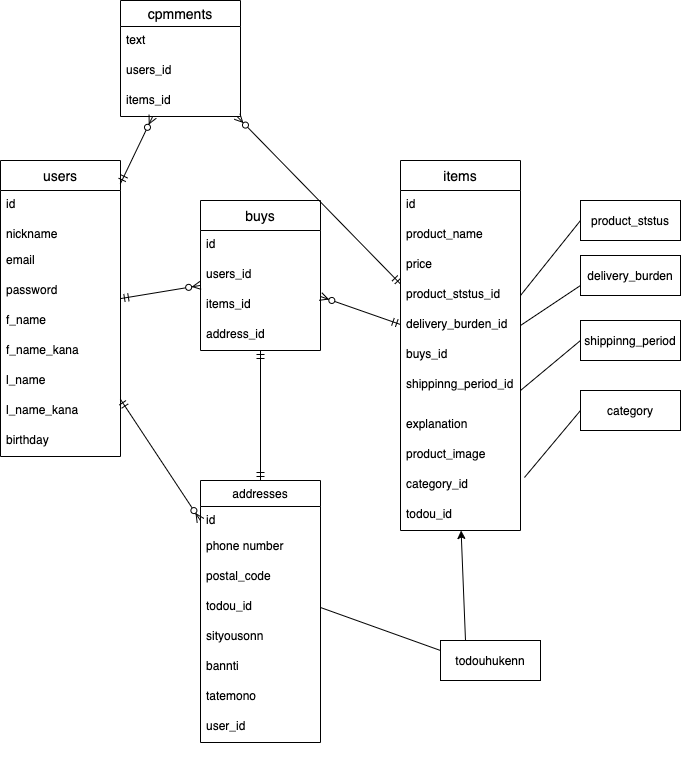
Ta-hiro/furima-31152 keeps this draw.io diagram as app/views/items/furima.drawio.png. Above is the earlier version. Source tidied: cells renumbered, new cells last; positions are measured from the earlier drawing's top-left corner, leaving out a move shared by most shapes.
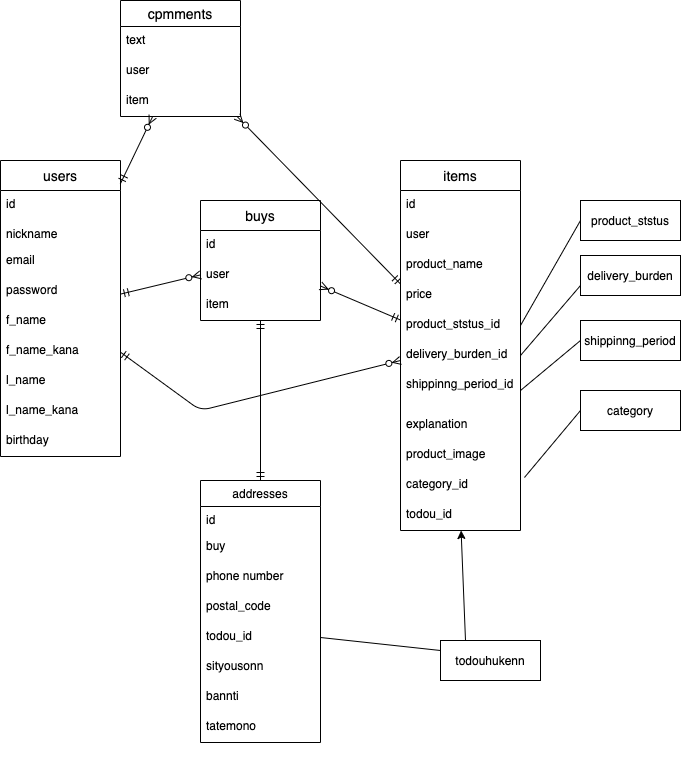
Later version of the same file.

Commit message:
phone_numberの型変更

Change to the diagram source:
```diff
@@ -38,10 +38,10 @@
     <mxCell id="13" value="text" style="text;strokeColor=none;fillColor=none;spacingLeft=4;spacingRight=4;overflow=hidden;fontSize=12;" parent="12" vertex="1">
       <mxGeometry y="26" width="120" height="30" as="geometry" />
     </mxCell>
-    <mxCell id="14" value="users_id" style="text;strokeColor=none;fillColor=none;spacingLeft=4;spacingRight=4;overflow=hidden;fontSize=12;" parent="12" vertex="1">
+    <mxCell id="14" value="user" style="text;strokeColor=none;fillColor=none;spacingLeft=4;spacingRight=4;overflow=hidden;fontSize=12;" parent="12" vertex="1">
       <mxGeometry y="56" width="120" height="30" as="geometry" />
     </mxCell>
-    <mxCell id="15" value="items_id" style="text;strokeColor=none;fillColor=none;spacingLeft=4;spacingRight=4;overflow=hidden;fontSize=12;" parent="12" vertex="1">
+    <mxCell id="15" value="item" style="text;strokeColor=none;fillColor=none;spacingLeft=4;spacingRight=4;overflow=hidden;fontSize=12;" parent="12" vertex="1">
       <mxGeometry y="86" width="120" height="30" as="geometry" />
     </mxCell>
     <mxCell id="16" style="edgeStyle=none;rounded=0;orthogonalLoop=1;jettySize=auto;html=1;exitX=0.5;exitY=1;exitDx=0;exitDy=0;" parent="1" edge="1">
@@ -84,41 +84,38 @@
       <mxGeometry relative="1" as="geometry" />
     </mxCell>
     <mxCell id="28" value="buys" style="swimlane;fontStyle=0;horizontal=1;startSize=30;align=center;fontSize=14;" parent="1" vertex="1">
-      <mxGeometry x="200" y="200" width="120" height="150" as="geometry" />
+      <mxGeometry x="200" y="200" width="120" height="120" as="geometry" />
     </mxCell>
     <mxCell id="29" value="id" style="text;strokeColor=none;fillColor=none;spacingLeft=4;spacingRight=4;overflow=hidden;fontSize=12;" parent="28" vertex="1">
       <mxGeometry y="30" width="120" height="30" as="geometry" />
     </mxCell>
-    <mxCell id="30" value="users_id" style="text;strokeColor=none;fillColor=none;spacingLeft=4;spacingRight=4;overflow=hidden;fontSize=12;" parent="28" vertex="1">
+    <mxCell id="30" value="user" style="text;strokeColor=none;fillColor=none;spacingLeft=4;spacingRight=4;overflow=hidden;fontSize=12;" parent="28" vertex="1">
       <mxGeometry y="60" width="120" height="30" as="geometry" />
     </mxCell>
-    <mxCell id="31" value="items_id" style="text;strokeColor=none;fillColor=none;spacingLeft=4;spacingRight=4;overflow=hidden;fontSize=12;" parent="28" vertex="1">
+    <mxCell id="31" value="item" style="text;strokeColor=none;fillColor=none;spacingLeft=4;spacingRight=4;overflow=hidden;fontSize=12;" parent="28" vertex="1">
       <mxGeometry y="90" width="120" height="30" as="geometry" />
     </mxCell>
-    <mxCell id="32" value="address_id" style="text;strokeColor=none;fillColor=none;spacingLeft=4;spacingRight=4;overflow=hidden;fontSize=12;" parent="28" vertex="1">
-      <mxGeometry y="120" width="120" height="30" as="geometry" />
-    </mxCell>
     <mxCell id="33" value="items" style="swimlane;fontStyle=0;horizontal=1;startSize=30;align=center;fontSize=14;" parent="1" vertex="1">
       <mxGeometry x="400" y="160" width="120" height="370" as="geometry" />
     </mxCell>
     <mxCell id="34" value="id" style="text;strokeColor=none;fillColor=none;spacingLeft=4;spacingRight=4;overflow=hidden;fontSize=12;" parent="33" vertex="1">
       <mxGeometry y="30" width="120" height="30" as="geometry" />
     </mxCell>
+    <mxCell id="60" value="user" style="text;strokeColor=none;fillColor=none;spacingLeft=4;spacingRight=4;overflow=hidden;fontSize=12;" parent="33" vertex="1">
+      <mxGeometry y="60" width="120" height="30" as="geometry" />
+    </mxCell>
     <mxCell id="35" value="product_name" style="text;strokeColor=none;fillColor=none;spacingLeft=4;spacingRight=4;overflow=hidden;fontSize=12;" parent="33" vertex="1">
-      <mxGeometry y="60" width="120" height="30" as="geometry" />
+      <mxGeometry y="90" width="120" height="30" as="geometry" />
     </mxCell>
     <mxCell id="36" value="price" style="text;strokeColor=none;fillColor=none;spacingLeft=4;spacingRight=4;overflow=hidden;fontSize=12;" parent="33" vertex="1">
-      <mxGeometry y="90" width="120" height="30" as="geometry" />
+      <mxGeometry y="120" width="120" height="30" as="geometry" />
     </mxCell>
     <mxCell id="37" value="product_ststus_id" style="text;strokeColor=none;fillColor=none;spacingLeft=4;spacingRight=4;overflow=hidden;points=[[0,0.5],[1,0.5]];portConstraint=eastwest;fontSize=12;" parent="33" vertex="1">
-      <mxGeometry y="120" width="120" height="30" as="geometry" />
+      <mxGeometry y="150" width="120" height="30" as="geometry" />
     </mxCell>
     <mxCell id="38" value="delivery_burden_id" style="text;strokeColor=none;fillColor=none;spacingLeft=4;spacingRight=4;overflow=hidden;points=[[0,0.5],[1,0.5]];portConstraint=eastwest;fontSize=12;" parent="33" vertex="1">
-      <mxGeometry y="150" width="120" height="30" as="geometry" />
+      <mxGeometry y="180" width="120" height="30" as="geometry" />
     </mxCell>
-    <mxCell id="39" value="buys_id" style="text;strokeColor=none;fillColor=none;spacingLeft=4;spacingRight=4;overflow=hidden;fontSize=12;" parent="33" vertex="1">
-      <mxGeometry y="180" width="120" height="30" as="geometry" />
-    </mxCell>
     <mxCell id="40" value="shippinng_period_id" style="text;strokeColor=none;fillColor=none;spacingLeft=4;spacingRight=4;overflow=hidden;points=[[0,0.5],[1,0.5]];portConstraint=eastwest;fontSize=12;" parent="33" vertex="1">
       <mxGeometry y="210" width="120" height="40" as="geometry" />
     </mxCell>
@@ -140,27 +137,27 @@
     <mxCell id="46" value="id" style="text;strokeColor=none;fillColor=none;align=left;verticalAlign=top;spacingLeft=4;spacingRight=4;overflow=hidden;" parent="45" vertex="1">
       <mxGeometry y="26" width="120" height="26" as="geometry" />
     </mxCell>
+    <mxCell id="39" value="buy" style="text;strokeColor=none;fillColor=none;spacingLeft=4;spacingRight=4;overflow=hidden;fontSize=12;" parent="45" vertex="1">
+      <mxGeometry y="52" width="120" height="30" as="geometry" />
+    </mxCell>
     <mxCell id="47" value="phone number" style="text;strokeColor=none;fillColor=none;spacingLeft=4;spacingRight=4;overflow=hidden;fontSize=12;" parent="45" vertex="1">
-      <mxGeometry y="52" width="120" height="30" as="geometry" />
+      <mxGeometry y="82" width="120" height="30" as="geometry" />
     </mxCell>
     <mxCell id="48" value="postal_code" style="text;strokeColor=none;fillColor=none;spacingLeft=4;spacingRight=4;overflow=hidden;fontSize=12;" parent="45" vertex="1">
-      <mxGeometry y="82" width="120" height="30" as="geometry" />
+      <mxGeometry y="112" width="120" height="30" as="geometry" />
     </mxCell>
     <mxCell id="49" value="todou_id" style="text;strokeColor=none;fillColor=none;spacingLeft=4;spacingRight=4;overflow=hidden;points=[[0,0.5],[1,0.5]];portConstraint=eastwest;fontSize=12;" parent="45" vertex="1">
-      <mxGeometry y="112" width="120" height="30" as="geometry" />
+      <mxGeometry y="142" width="120" height="30" as="geometry" />
     </mxCell>
     <mxCell id="50" value="sityousonn" style="text;strokeColor=none;fillColor=none;spacingLeft=4;spacingRight=4;overflow=hidden;fontSize=12;" parent="45" vertex="1">
-      <mxGeometry y="142" width="120" height="30" as="geometry" />
+      <mxGeometry y="172" width="120" height="30" as="geometry" />
     </mxCell>
     <mxCell id="51" value="bannti" style="text;strokeColor=none;fillColor=none;spacingLeft=4;spacingRight=4;overflow=hidden;fontSize=12;" parent="45" vertex="1">
-      <mxGeometry y="172" width="120" height="30" as="geometry" />
+      <mxGeometry y="202" width="120" height="30" as="geometry" />
     </mxCell>
     <mxCell id="52" value="tatemono" style="text;strokeColor=none;fillColor=none;spacingLeft=4;spacingRight=4;overflow=hidden;fontSize=12;" parent="45" vertex="1">
-      <mxGeometry y="202" width="120" height="30" as="geometry" />
+      <mxGeometry y="232" width="120" height="30" as="geometry" />
     </mxCell>
-    <mxCell id="53" value="user_id" style="text;strokeColor=none;fillColor=none;spacingLeft=4;spacingRight=4;overflow=hidden;fontSize=12;" parent="45" vertex="1">
-      <mxGeometry y="232" width="120" height="30" as="geometry" />
-    </mxCell>
     <mxCell id="54" style="fontSize=12;html=1;endArrow=ERmandOne;startArrow=ERmandOne;" parent="1" edge="1" source="45" target="28">
       <mxGeometry relative="1" as="geometry" />
     </mxCell>
@@ -170,14 +167,18 @@
     <mxCell id="56" style="fontSize=12;html=1;endArrow=ERzeroToMany;startArrow=ERmandOne;" parent="1" edge="1" source="33" target="28">
       <mxGeometry relative="1" as="geometry" />
     </mxCell>
-    <mxCell id="57" style="fontSize=12;html=1;endArrow=ERzeroToMany;startArrow=ERmandOne;" parent="1" edge="1" source="2" target="45">
-      <mxGeometry relative="1" as="geometry" />
-    </mxCell>
     <mxCell id="58" style="fontSize=12;html=1;endArrow=ERzeroToMany;startArrow=ERmandOne;" parent="1" edge="1" source="2" target="12">
       <mxGeometry relative="1" as="geometry" />
     </mxCell>
     <mxCell id="59" style="fontSize=12;html=1;endArrow=ERzeroToMany;startArrow=ERmandOne;" parent="1" edge="1" source="33" target="12">
       <mxGeometry relative="1" as="geometry" />
     </mxCell>
+    <mxCell id="61" style="fontSize=12;html=1;endArrow=ERzeroToMany;startArrow=ERmandOne;" parent="1" edge="1" source="2" target="33">
+      <mxGeometry relative="1" as="geometry">
+        <Array as="points">
+          <mxPoint x="200" y="410" />
+        </Array>
+      </mxGeometry>
+    </mxCell>
   </root>
 </mxGraphModel>
```
